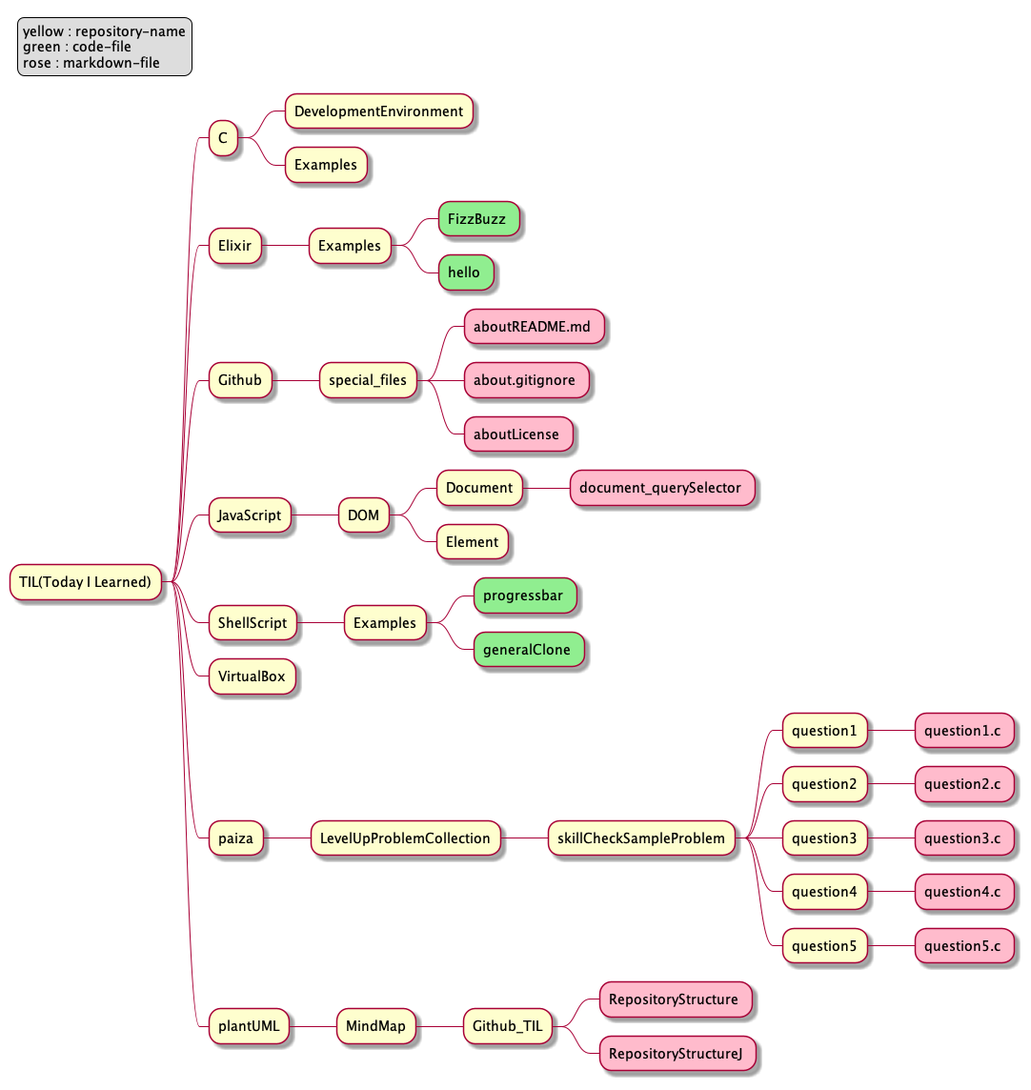
Before: RepositoryStructure.png, a diagram exported from PlantUML (sudo-roa/TIL).
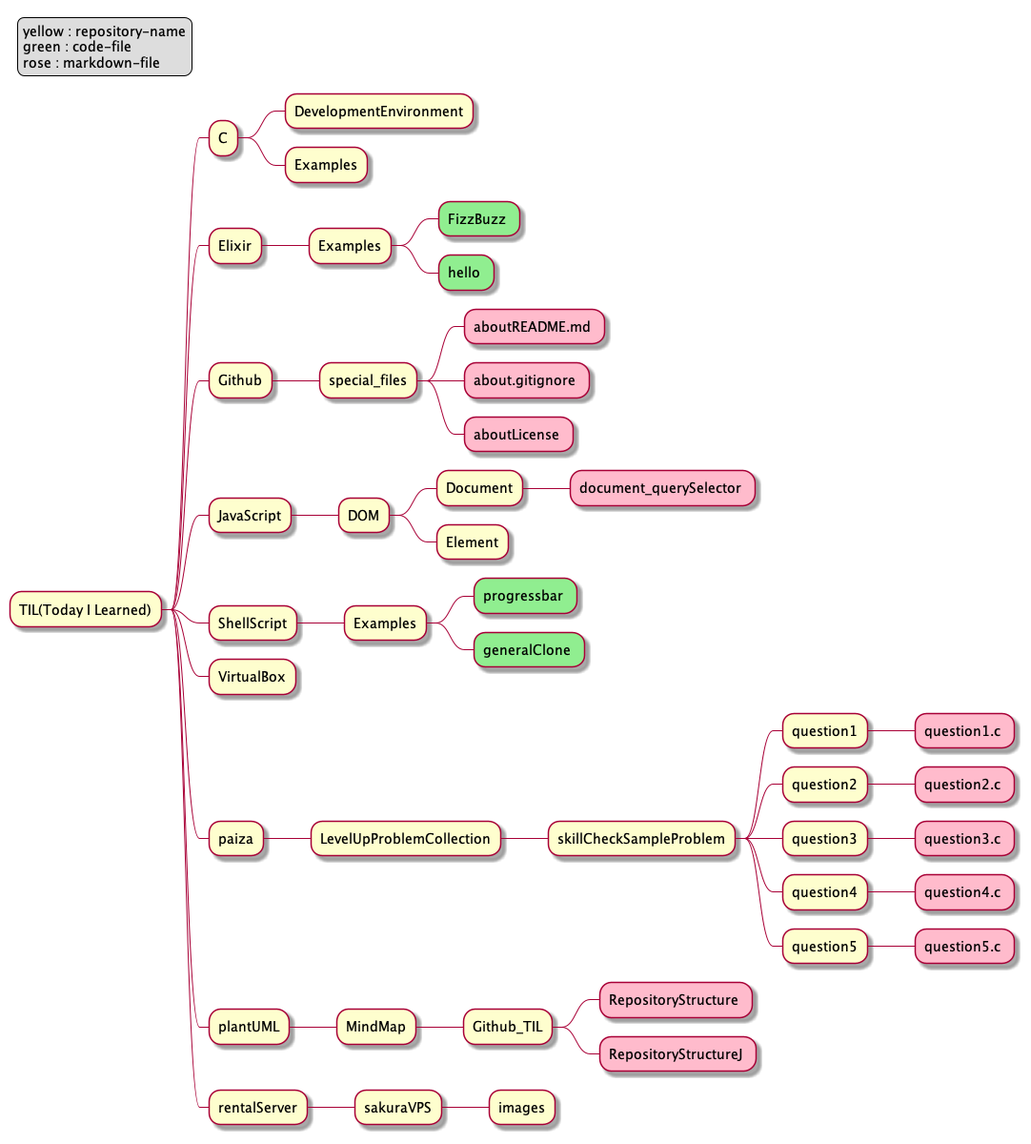
Above is the later version.

Commit message:
update repository structure

What changed in the source:
```diff
@@ -60,6 +60,11 @@
 ***** RepositoryStructure <<rose>>
 ***** RepositoryStructureJ <<rose>>
 
+** rentalServer
+*** sakuraVPS
+**** images
+
+
 legend top left
     yellow : repository-name
     green : code-file
```
